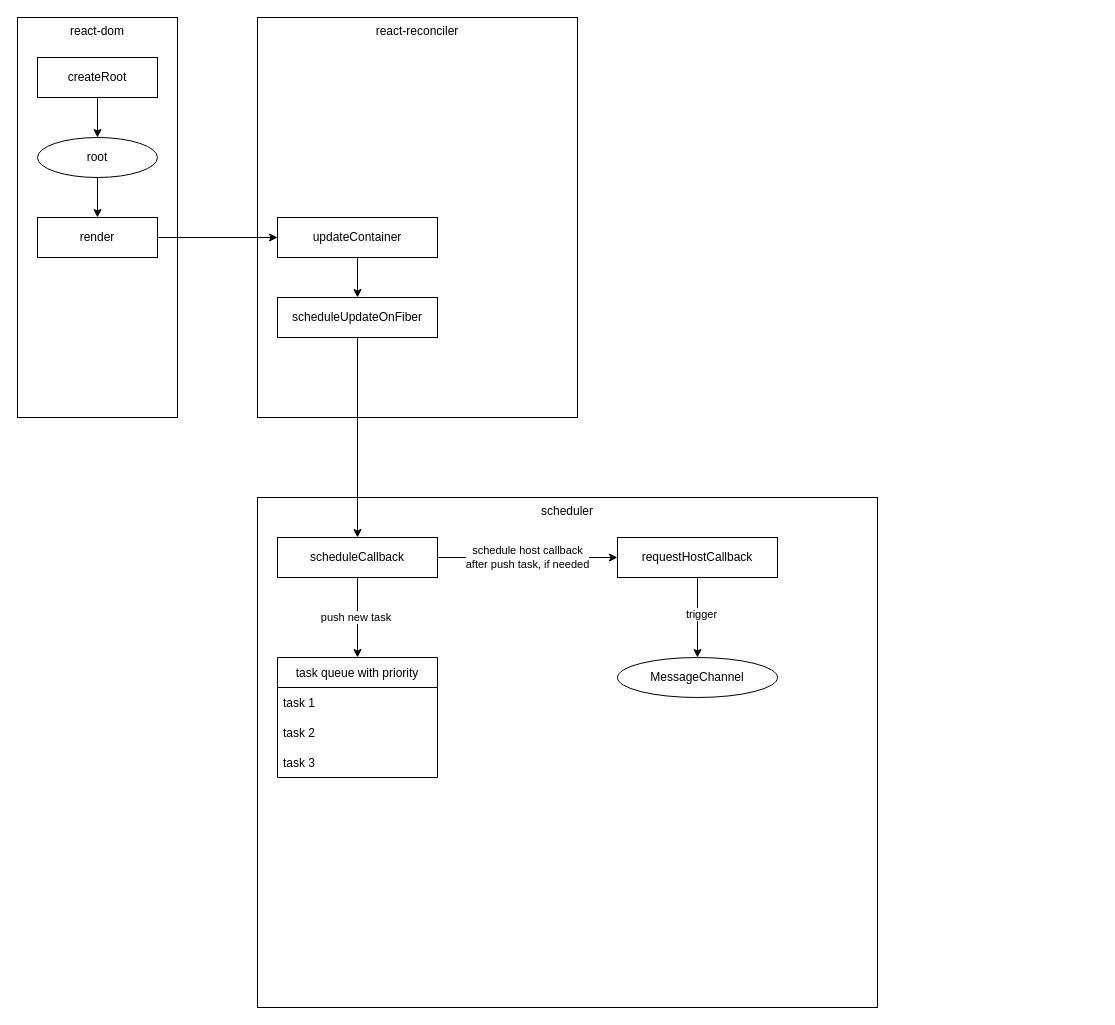
The draw.io diagram assets/images/react.drawio in Harry3014/Harry3014.github.io, before the edit. Source tidied: cells renumbered, new cells numbered last; positions are measured from the earlier drawing's top-left corner, leaving out a move shared by most shapes. Both pictures are drawn from the tidied source at 100%, with x=0, y=0 at pixel (17, 17).
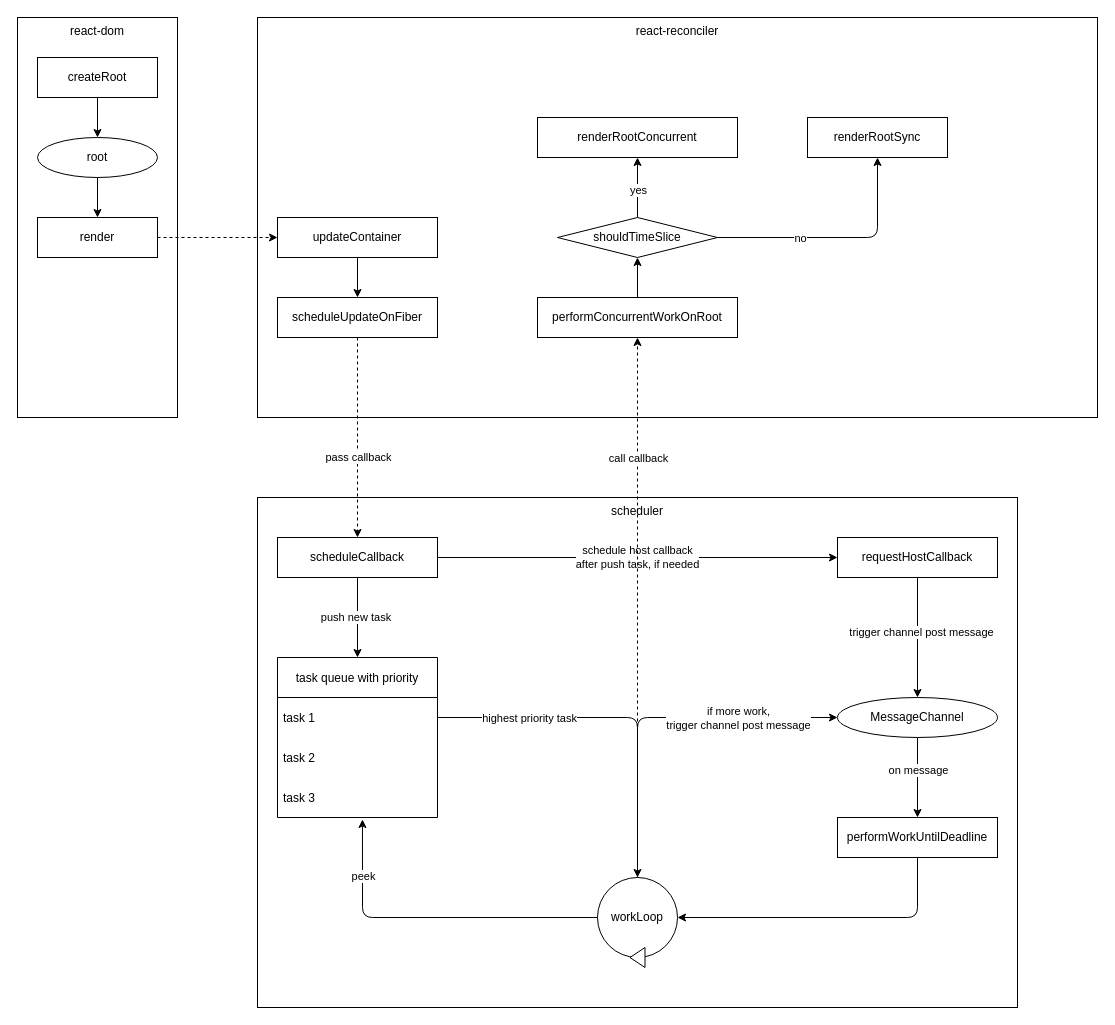
Above is the later version.

The change refers to these unchanged cells:
```xml
<mxCell id="7" value="render" style="rounded=0;whiteSpace=wrap;html=1;" parent="1" vertex="1">
  <mxGeometry x="20" y="200" width="120" height="40" as="geometry" />
</mxCell>
<mxCell id="10" value="updateContainer" style="rounded=0;whiteSpace=wrap;html=1;" parent="1" vertex="1">
  <mxGeometry x="260" y="200" width="160" height="40" as="geometry" />
</mxCell>
<mxCell id="12" value="scheduleUpdateOnFiber" style="rounded=0;whiteSpace=wrap;html=1;" parent="1" vertex="1">
  <mxGeometry x="260" y="280" width="160" height="40" as="geometry" />
</mxCell>
<mxCell id="16" value="scheduleCallback" style="rounded=0;whiteSpace=wrap;html=1;" parent="1" vertex="1">
  <mxGeometry x="260" y="520" width="160" height="40" as="geometry" />
</mxCell>
<mxCell id="22" style="edgeStyle=none;html=1;" parent="1" edge="1" source="24" target="25">
  <mxGeometry relative="1" as="geometry" />
</mxCell>
```

Diff of the diagram source:
```diff
@@
     <mxCell id="8" value="react-reconciler" style="rounded=0;whiteSpace=wrap;html=1;verticalAlign=top;" parent="1" vertex="1">
-      <mxGeometry x="240" width="320" height="400" as="geometry" />
+      <mxGeometry x="240" width="840" height="400" as="geometry" />
     </mxCell>
@@
-    <mxCell id="11" style="edgeStyle=none;html=1;entryX=0;entryY=0.5;entryDx=0;entryDy=0;" parent="1" edge="1" source="7" target="10">
+    <mxCell id="11" style="edgeStyle=none;html=1;entryX=0;entryY=0.5;entryDx=0;entryDy=0;dashed=1;" parent="1" edge="1" source="7" target="10">
       <mxGeometry relative="1" as="geometry" />
     </mxCell>
@@
     <mxCell id="13" value="scheduler" style="rounded=0;whiteSpace=wrap;html=1;verticalAlign=top;" parent="1" vertex="1">
-      <mxGeometry x="240" y="480" width="620" height="510" as="geometry" />
+      <mxGeometry x="240" y="480" width="760" height="510" as="geometry" />
     </mxCell>
@@
-    <mxCell id="17" style="edgeStyle=none;html=1;" parent="1" edge="1" source="12" target="16">
+    <mxCell id="17" style="edgeStyle=none;html=1;dashed=1;" parent="1" edge="1" source="12" target="16">
       <mxGeometry relative="1" as="geometry" />
     </mxCell>
+    <mxCell id="26" value="pass callback" style="edgeLabel;html=1;align=center;verticalAlign=middle;" parent="17" vertex="1">
+      <mxGeometry x="0.21" relative="1" as="geometry">
+        <mxPoint y="-2" as="offset" />
+      </mxGeometry>
+    </mxCell>
-    <mxCell id="18" value="task queue with priority" style="swimlane;fontStyle=0;horizontal=1;startSize=30;" parent="1" vertex="1">
-      <mxGeometry x="260" y="640" width="160" height="120" as="geometry" />
+    <mxCell id="18" value="task queue with priority" style="swimlane;fontStyle=0;horizontal=1;startSize=40;" parent="1" vertex="1">
+      <mxGeometry x="260" y="640" width="160" height="160" as="geometry" />
     </mxCell>
     <mxCell id="19" value="task 1" style="text;strokeColor=none;fillColor=none;align=left;verticalAlign=middle;spacingLeft=4;spacingRight=4;overflow=hidden;points=[[0,0.5],[1,0.5]];portConstraint=eastwest;" parent="18" vertex="1">
-      <mxGeometry y="30" width="160" height="30" as="geometry" />
+      <mxGeometry y="40" width="160" height="40" as="geometry" />
     </mxCell>
     <mxCell id="20" value="task 2" style="text;strokeColor=none;fillColor=none;align=left;verticalAlign=middle;spacingLeft=4;spacingRight=4;overflow=hidden;" parent="18" vertex="1">
-      <mxGeometry y="60" width="160" height="30" as="geometry" />
+      <mxGeometry y="80" width="160" height="40" as="geometry" />
     </mxCell>
     <mxCell id="21" value="task 3" style="text;strokeColor=none;fillColor=none;align=left;verticalAlign=middle;spacingLeft=4;spacingRight=4;overflow=hidden;points=[[0,0.5],[1,0.5]];portConstraint=eastwest;" parent="18" vertex="1">
-      <mxGeometry y="90" width="160" height="30" as="geometry" />
+      <mxGeometry y="120" width="160" height="40" as="geometry" />
     </mxCell>
@@
-    <mxCell id="23" value="trigger" style="edgeLabel;html=1;align=center;verticalAlign=middle;" parent="22" vertex="1">
+    <mxCell id="23" value="trigger channel post message" style="edgeLabel;html=1;align=center;verticalAlign=middle;" parent="22" vertex="1">
       <mxGeometry x="-0.1" y="3" relative="1" as="geometry" />
     </mxCell>
     <mxCell id="24" value="requestHostCallback" style="rounded=0;whiteSpace=wrap;html=1;" parent="1" vertex="1">
-      <mxGeometry x="600" y="520" width="160" height="40" as="geometry" />
+      <mxGeometry x="820" y="520" width="160" height="40" as="geometry" />
     </mxCell>
+    <mxCell id="27" style="edgeStyle=none;html=1;" parent="1" edge="1" source="25" target="30">
+      <mxGeometry relative="1" as="geometry" />
+    </mxCell>
+    <mxCell id="28" value="on message" style="edgeLabel;html=1;align=center;verticalAlign=middle;" parent="27" vertex="1">
+      <mxGeometry x="-0.21" relative="1" as="geometry" />
+    </mxCell>
     <mxCell id="25" value="MessageChannel" style="ellipse;whiteSpace=wrap;html=1;" parent="1" vertex="1">
-      <mxGeometry x="600" y="640" width="160" height="40" as="geometry" />
+      <mxGeometry x="820" y="680" width="160" height="40" as="geometry" />
     </mxCell>
+    <mxCell id="29" style="edgeStyle=none;html=1;" parent="1" edge="1" source="30" target="37">
+      <mxGeometry relative="1" as="geometry">
+        <Array as="points">
+          <mxPoint x="900" y="900" />
+        </Array>
+      </mxGeometry>
+    </mxCell>
+    <mxCell id="30" value="performWorkUntilDeadline" style="rounded=0;whiteSpace=wrap;html=1;" parent="1" vertex="1">
+      <mxGeometry x="820" y="800" width="160" height="40" as="geometry" />
+    </mxCell>
+    <mxCell id="31" style="edgeStyle=none;html=1;entryX=0.531;entryY=1.05;entryDx=0;entryDy=0;entryPerimeter=0;" parent="1" edge="1" source="37" target="21">
+      <mxGeometry relative="1" as="geometry">
+        <Array as="points">
+          <mxPoint x="345" y="900" />
+        </Array>
+      </mxGeometry>
+    </mxCell>
+    <mxCell id="32" value="peek" style="edgeLabel;html=1;align=center;verticalAlign=middle;" parent="31" vertex="1">
+      <mxGeometry x="0.57" y="-1" relative="1" as="geometry">
+        <mxPoint y="-15" as="offset" />
+      </mxGeometry>
+    </mxCell>
+    <mxCell id="33" style="edgeStyle=none;html=1;" parent="1" edge="1" source="37" target="25">
+      <mxGeometry relative="1" as="geometry">
+        <Array as="points">
+          <mxPoint x="620" y="700" />
+        </Array>
+      </mxGeometry>
+    </mxCell>
+    <mxCell id="34" value="if more work,&lt;br&gt;trigger channel post message" style="edgeLabel;html=1;align=center;verticalAlign=middle;" parent="33" vertex="1">
+      <mxGeometry x="0.48" y="2" relative="1" as="geometry">
+        <mxPoint x="-6" y="2" as="offset" />
+      </mxGeometry>
+    </mxCell>
+    <mxCell id="35" style="edgeStyle=none;html=1;dashed=1;" parent="1" edge="1" source="37" target="42">
+      <mxGeometry relative="1" as="geometry" />
+    </mxCell>
+    <mxCell id="36" value="call callback" style="edgeLabel;html=1;align=center;verticalAlign=middle;" parent="35" vertex="1">
+      <mxGeometry x="0.55" relative="1" as="geometry">
+        <mxPoint y="-1" as="offset" />
+      </mxGeometry>
+    </mxCell>
+    <mxCell id="37" value="workLoop" style="ellipse;whiteSpace=wrap;html=1;" parent="1" vertex="1">
+      <mxGeometry x="580" y="860" width="80" height="80" as="geometry" />
+    </mxCell>
+    <mxCell id="38" style="edgeStyle=none;html=1;" parent="1" edge="1" source="19" target="37">
+      <mxGeometry relative="1" as="geometry">
+        <Array as="points">
+          <mxPoint x="620" y="700" />
+        </Array>
+      </mxGeometry>
+    </mxCell>
+    <mxCell id="39" value="highest priority task" style="edgeLabel;html=1;align=center;verticalAlign=middle;" parent="38" vertex="1">
+      <mxGeometry x="-0.58" y="-3" relative="1" as="geometry">
+        <mxPoint x="15" y="-3" as="offset" />
+      </mxGeometry>
+    </mxCell>
+    <mxCell id="40" style="triangle;whiteSpace=wrap;html=1;direction=west;" parent="1" vertex="1">
+      <mxGeometry x="612.5" y="930" width="15" height="20" as="geometry" />
+    </mxCell>
+    <mxCell id="41" style="edgeStyle=none;html=1;" parent="1" edge="1" source="42" target="47">
+      <mxGeometry relative="1" as="geometry" />
+    </mxCell>
+    <mxCell id="42" value="performConcurrentWorkOnRoot" style="rounded=0;whiteSpace=wrap;html=1;" parent="1" vertex="1">
+      <mxGeometry x="520" y="280" width="200" height="40" as="geometry" />
+    </mxCell>
+    <mxCell id="43" style="edgeStyle=none;html=1;" parent="1" edge="1" source="47" target="48">
+      <mxGeometry relative="1" as="geometry" />
+    </mxCell>
+    <mxCell id="44" value="yes" style="edgeLabel;html=1;align=center;verticalAlign=middle;" parent="43" vertex="1">
+      <mxGeometry x="-0.17" y="-2" relative="1" as="geometry">
+        <mxPoint x="-2" y="-3" as="offset" />
+      </mxGeometry>
+    </mxCell>
+    <mxCell id="45" style="edgeStyle=none;html=1;" parent="1" edge="1" source="47" target="49">
+      <mxGeometry relative="1" as="geometry">
+        <Array as="points">
+          <mxPoint x="860" y="220" />
+        </Array>
+      </mxGeometry>
+    </mxCell>
+    <mxCell id="46" value="no" style="edgeLabel;html=1;align=center;verticalAlign=middle;" parent="45" vertex="1">
+      <mxGeometry x="-0.32" y="-1" relative="1" as="geometry">
+        <mxPoint y="-1" as="offset" />
+      </mxGeometry>
+    </mxCell>
+    <mxCell id="47" value="shouldTimeSlice" style="rhombus;whiteSpace=wrap;html=1;" parent="1" vertex="1">
+      <mxGeometry x="540" y="200" width="160" height="40" as="geometry" />
+    </mxCell>
+    <mxCell id="48" value="renderRootConcurrent" style="rounded=0;whiteSpace=wrap;html=1;" parent="1" vertex="1">
+      <mxGeometry x="520" y="100" width="200" height="40" as="geometry" />
+    </mxCell>
+    <mxCell id="49" value="renderRootSync" style="rounded=0;whiteSpace=wrap;html=1;" parent="1" vertex="1">
+      <mxGeometry x="790" y="100" width="140" height="40" as="geometry" />
+    </mxCell>
```
